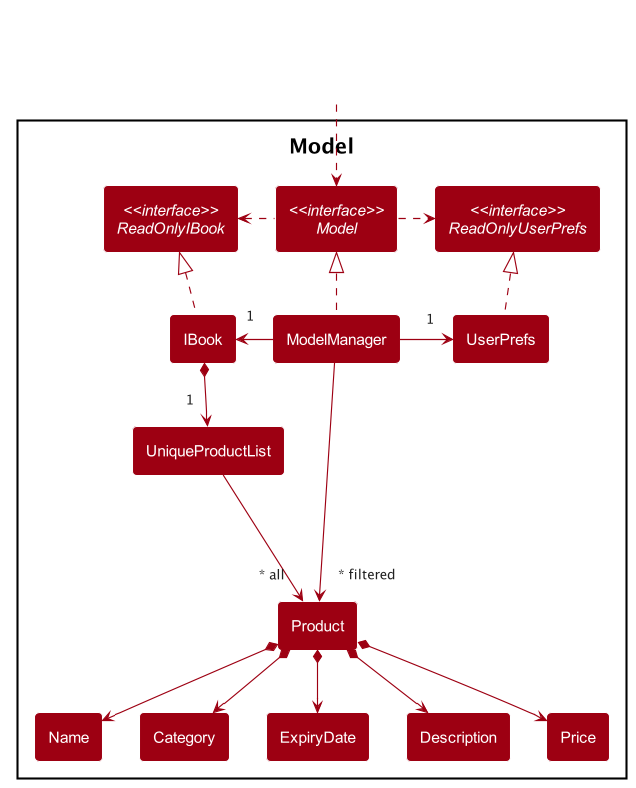
nus-cs2103-AY2122S2/tp keeps this PlantUML diagram as docs/images/ModelClassDiagram.png. Above is the earlier version.
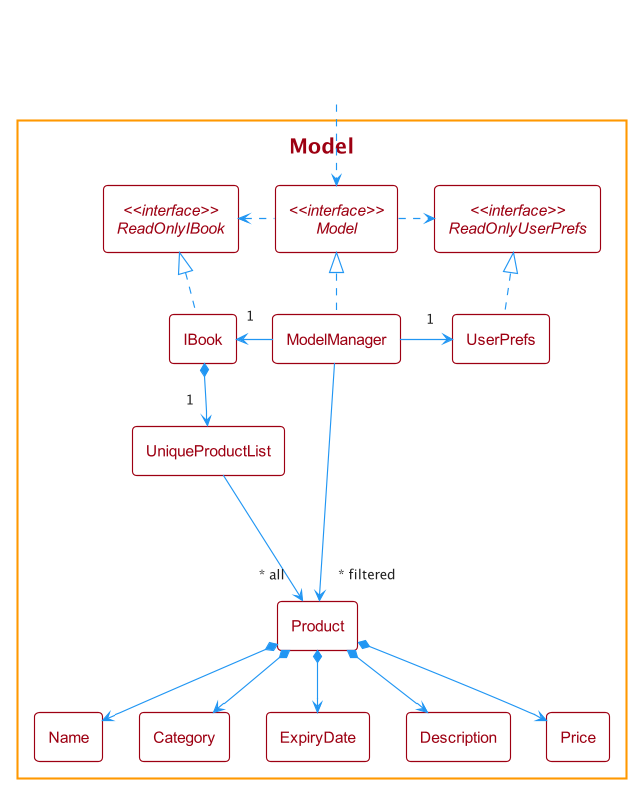
Later version of the same file.

What changed in the source:
```diff
@@ -1,37 +1,37 @@
 @startuml
 !include style.puml
 
-skinparam titleFontColor black
+!$theme_color = MODEL_COLOR
+
+skinparam TitleFontColor $theme_color
 skinparam Class {
-    FontSize 15
-    StereotypeFontSize 13
-    BackgroundColor MODEL_COLOR
-    BackgroundColor<<Hidden>> #FFFFFF
+    FontColor $theme_color
+    StereotypeFontColor $theme_color
+    BorderColor $theme_color
+    FontColor<<Hidden>> #FFFFFF
+    StereotypeFontColor<<Hidden>> #FFFFFF
+    BorderColor<<Hidden>> #FFFFFF
 }
 
-skinparam arrowColor MODEL_COLOR
-skinparam arrowFontSize 13
+package Model {
+    interface "<<interface>>\nReadOnlyIBook" as ReadOnlyIBook
+    interface "<<interface>>\nModel" as Model
+    interface "<<interface>>\nReadOnlyUserPrefs" as ReadOnlyUserPrefs
 
-Package Model {
-interface "<<interface>>\nReadOnlyIBook" as ReadOnlyIBook
-interface "<<interface>>\nModel" as Model
-interface "<<interface>>\nReadOnlyUserPrefs" as ReadOnlyUserPrefs
+    class IBook
+    class ModelManager
+    class UserPrefs
 
-class IBook
-class ModelManager
-class UserPrefs
-
-class UniqueProductList
-class Product
-class Name
-class Category
-class ExpiryDate
-class Description
-class Price
-
+    class UniqueProductList
+    class Product
+    class Name
+    class Category
+    class ExpiryDate
+    class Description
+    class Price
 }
 
-Class HiddenOutside <<Hidden>>
+class HiddenOutside <<Hidden>>
 HiddenOutside ..> Model
 
 IBook .up.|> ReadOnlyIBook
```
